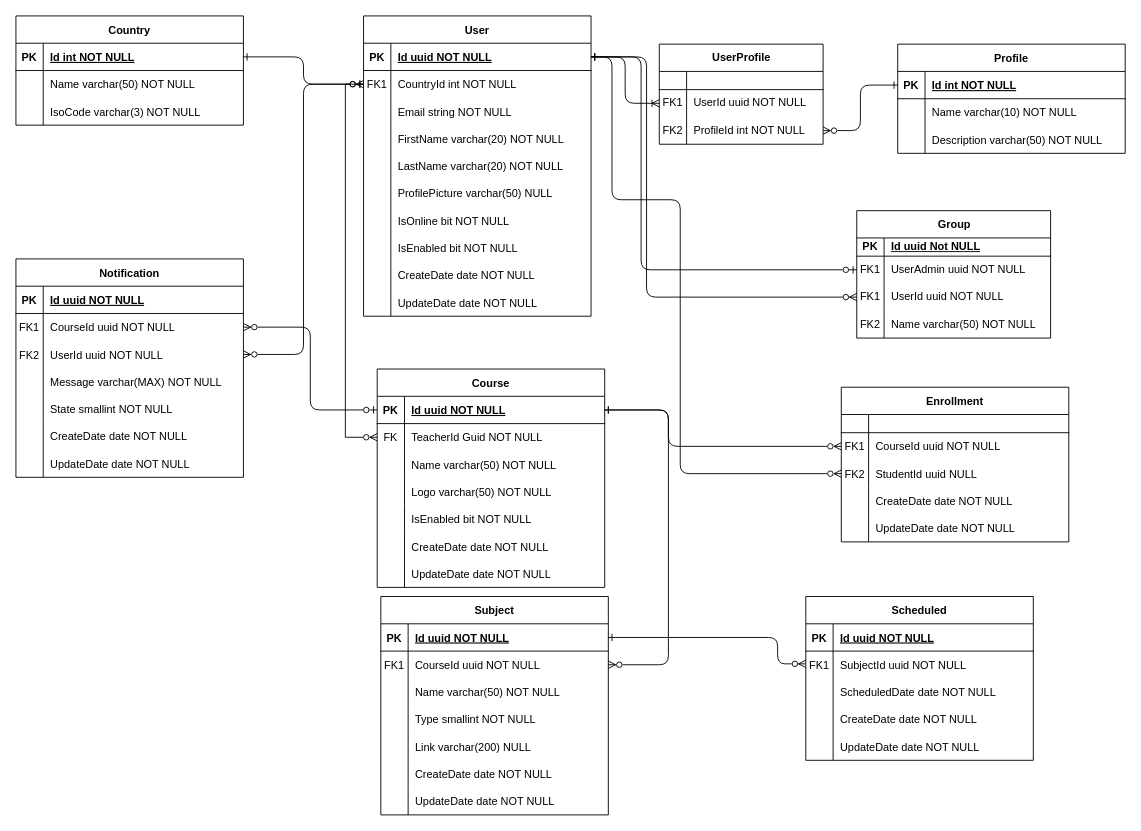
Earlier version of the draw.io diagram StudyFlow Entidad-Relacion.drawio (Jomprate/StudyFlow). Source tidied: cells renumbered, new cells numbered last; positions are measured from the earlier drawing's top-left corner, leaving out a move shared by most shapes. Both pictures are drawn from the tidied source at 91%, with x=0, y=0 at pixel (15, 15).
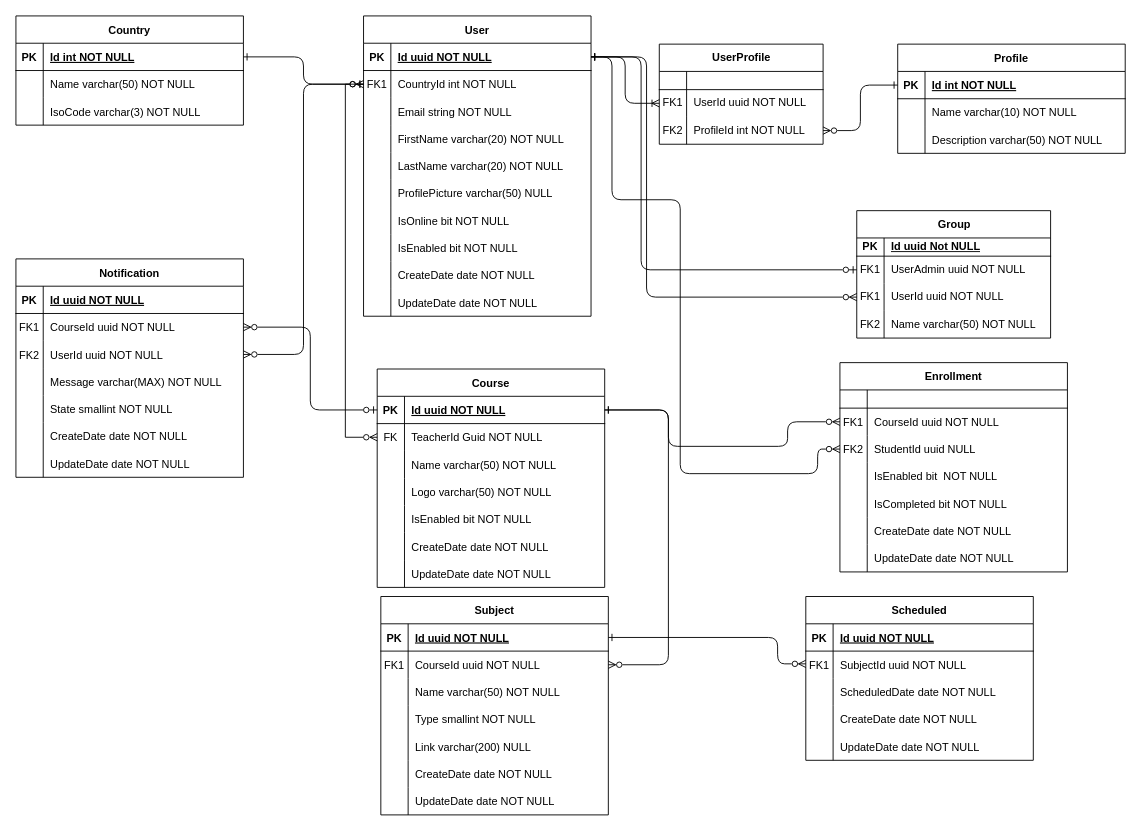
After the change.

Commit message:
Update entity Enrollment with new fields

Unchanged cells that the change refers to:
```xml
<mxCell id="3" style="shape=partialRectangle;fillColor=none;points=[[0,0.5],[1,0.5]];portConstraint=eastwest;top=0;left=0;right=0;bottom=1;rounded=0;" parent="2" vertex="1">
  <mxGeometry y="30" width="250" height="30" as="geometry" />
</mxCell>
<mxCell id="47" style="shape=partialRectangle;fillColor=none;points=[[0,0.5],[1,0.5]];portConstraint=eastwest;top=0;left=0;right=0;bottom=0;rounded=0;" parent="43" vertex="1">
  <mxGeometry y="50" width="250" height="30" as="geometry" />
</mxCell>
<mxCell id="50" style="shape=partialRectangle;fillColor=none;points=[[0,0.5],[1,0.5]];portConstraint=eastwest;top=0;left=0;right=0;bottom=0;rounded=0;" parent="43" vertex="1">
  <mxGeometry y="80" width="250" height="30" as="geometry" />
</mxCell>
<mxCell id="133" style="shape=partialRectangle;fillColor=none;points=[[0,0.5],[1,0.5]];portConstraint=eastwest;top=0;left=0;right=0;bottom=1;rounded=0;" parent="132" vertex="1">
  <mxGeometry y="30" width="250" height="30" as="geometry" />
</mxCell>
```

What changed in the source:
```diff
@@
     <mxCell id="43" value="Enrollment" style="shape=table;startSize=30;childLayout=tableLayout;rowLines=0;fontStyle=1;align=center;rounded=0;" parent="1" vertex="1">
-      <mxGeometry x="907" y="408" width="250" height="170" as="geometry" />
+      <mxGeometry x="905.5" y="381" width="250" height="230" as="geometry" />
     </mxCell>
@@
+    <mxCell id="187" style="shape=partialRectangle;fillColor=none;top=0;left=0;right=0;bottom=0;rounded=0;" parent="43" vertex="1">
+      <mxGeometry y="110" width="250" height="30" as="geometry" />
+    </mxCell>
+    <mxCell id="188" style="shape=partialRectangle;overflow=hidden;fillColor=none;top=0;left=0;bottom=0;right=0;rounded=0;" parent="187" vertex="1">
+      <mxGeometry width="30" height="30" as="geometry" />
+    </mxCell>
+    <mxCell id="189" value="IsEnabled bit  NOT NULL" style="shape=partialRectangle;overflow=hidden;fillColor=none;top=0;left=0;bottom=0;right=0;align=left;spacingLeft=6;rounded=0;" parent="187" vertex="1">
+      <mxGeometry x="30" width="220" height="30" as="geometry" />
+    </mxCell>
+    <mxCell id="190" style="shape=partialRectangle;fillColor=none;top=0;left=0;right=0;bottom=0;rounded=0;" parent="43" vertex="1">
+      <mxGeometry y="140" width="250" height="30" as="geometry" />
+    </mxCell>
+    <mxCell id="191" style="shape=partialRectangle;overflow=hidden;fillColor=none;top=0;left=0;bottom=0;right=0;rounded=0;" parent="190" vertex="1">
+      <mxGeometry width="30" height="30" as="geometry" />
+    </mxCell>
+    <mxCell id="192" value="IsCompleted bit NOT NULL" style="shape=partialRectangle;overflow=hidden;fillColor=none;top=0;left=0;bottom=0;right=0;align=left;spacingLeft=6;rounded=0;" parent="190" vertex="1">
+      <mxGeometry x="30" width="220" height="30" as="geometry" />
+    </mxCell>
     <mxCell id="53" style="shape=partialRectangle;fillColor=none;top=0;left=0;right=0;bottom=0;rounded=0;" parent="43" vertex="1">
-      <mxGeometry y="110" width="250" height="30" as="geometry" />
+      <mxGeometry y="170" width="250" height="30" as="geometry" />
     </mxCell>
@@
     <mxCell id="56" style="shape=partialRectangle;fillColor=none;top=0;left=0;right=0;bottom=0;rounded=0;" parent="43" vertex="1">
-      <mxGeometry y="140" width="250" height="30" as="geometry" />
+      <mxGeometry y="200" width="250" height="30" as="geometry" />
     </mxCell>
@@
     <mxCell id="154" style="edgeStyle=orthogonalEdgeStyle;rounded=1;jettySize=auto;html=1;exitX=1;exitY=0.5;exitDx=0;exitDy=0;entryX=0;entryY=0.5;entryDx=0;entryDy=0;startArrow=ERone;startFill=0;endArrow=ERzeroToMany;endFill=0;curved=0;" parent="1" edge="1" source="3" target="50">
       <mxGeometry relative="1" as="geometry">
         <Array as="points">
           <mxPoint x="655" y="45" />
           <mxPoint x="655" y="202" />
           <mxPoint x="730" y="202" />
           <mxPoint x="730" y="503" />
+          <mxPoint x="881" y="503" />
+          <mxPoint x="881" y="476" />
         </Array>
       </mxGeometry>
     </mxCell>
     <mxCell id="155" style="edgeStyle=orthogonalEdgeStyle;rounded=1;jettySize=auto;html=1;exitX=0;exitY=0.5;exitDx=0;exitDy=0;entryX=1;entryY=0.5;entryDx=0;entryDy=0;startArrow=ERzeroToMany;startFill=0;endArrow=ERone;endFill=0;curved=0;" parent="1" edge="1" source="47" target="133">
       <mxGeometry relative="1" as="geometry">
         <Array as="points">
+          <mxPoint x="848" y="446" />
+          <mxPoint x="848" y="473" />
           <mxPoint x="717" y="473" />
           <mxPoint x="717" y="433" />
         </Array>
       </mxGeometry>
     </mxCell>
```
